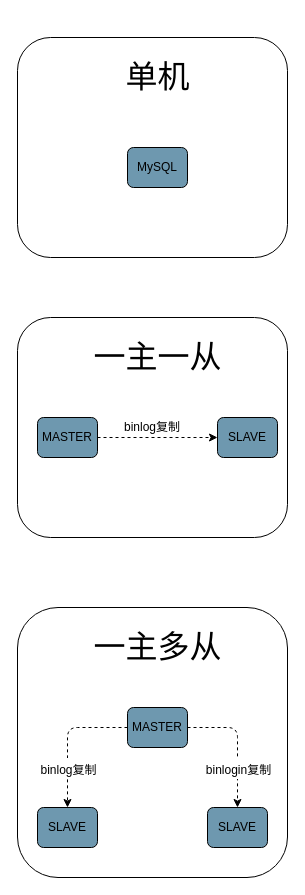
maopashui/drawio keeps this draw.io diagram as page "单机及主从" (4 of 4) of dbscan/dbscan.drawio. Above is the earlier version. Source tidied: cells renumbered, new cells numbered last; positions are measured from the earlier drawing's top-left corner, leaving out a move shared by most shapes. Both pictures are drawn from the tidied source at 100%, with x=0, y=0 at pixel (17, 17).
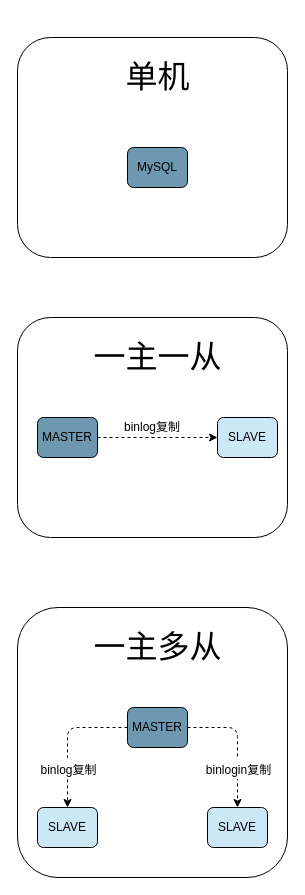
Above is the later version.

Change to the diagram source:
```diff
@@
-    <mxCell id="9" value="SLAVE" style="rounded=1;whiteSpace=wrap;html=1;glass=0;fillColor=#6E98AF;" parent="1" vertex="1">
+    <mxCell id="9" value="SLAVE" style="rounded=1;whiteSpace=wrap;html=1;glass=0;fillColor=#CCE8F6;" parent="1" vertex="1">
       <mxGeometry x="200" y="400" width="60" height="40" as="geometry" />
     </mxCell>
@@
-    <mxCell id="17" value="SLAVE" style="rounded=1;whiteSpace=wrap;html=1;glass=0;fillColor=#6E98AF;" parent="1" vertex="1">
+    <mxCell id="17" value="SLAVE" style="rounded=1;whiteSpace=wrap;html=1;glass=0;fillColor=#CCE8F6;" parent="1" vertex="1">
       <mxGeometry x="20" y="790" width="60" height="40" as="geometry" />
     </mxCell>
-    <mxCell id="18" value="SLAVE" style="rounded=1;whiteSpace=wrap;html=1;glass=0;fillColor=#6E98AF;" parent="1" vertex="1">
+    <mxCell id="18" value="SLAVE" style="rounded=1;whiteSpace=wrap;html=1;glass=0;fillColor=#CCE8F6;" parent="1" vertex="1">
       <mxGeometry x="190" y="790" width="60" height="40" as="geometry" />
     </mxCell>
```
